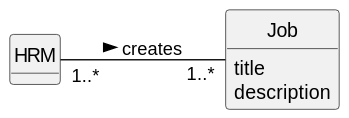
Above: docs/sprintB/us002/02.analysis/svg/us002-domain-model.svg in ricardomm7/leaflink (PlantUML), before the change.
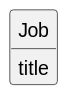
Above is the later version.

Diff of the diagram source:
```diff
@@ -10,13 +10,8 @@
 hide circle
 hide methods
 
-class HRM {
-}
 
 class Job {
     title
-    description
 }
-
-HRM "1..*" -- "1..*" Job : creates >
 @enduml
```
